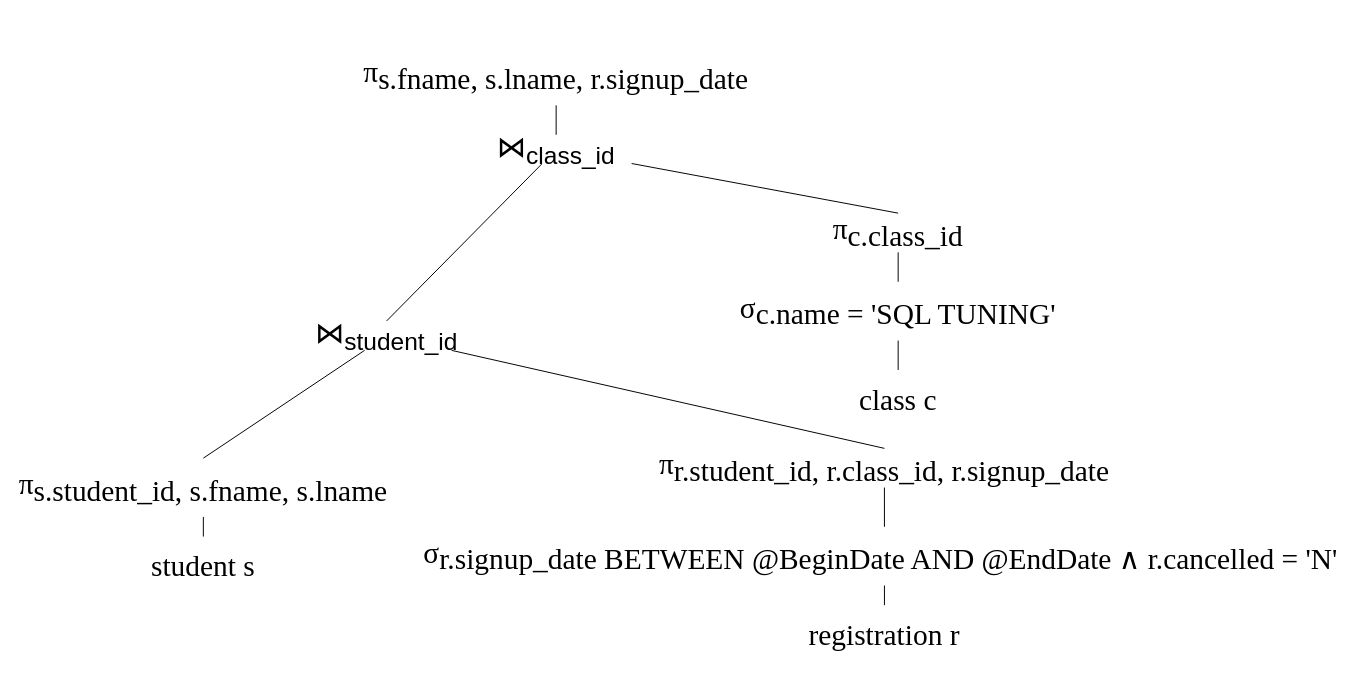
Above: page "TH 1: tuning" (2 of 4) of SQLTurning.drawio in nguyenhuy158/diagrams (draw.io), before the change. Source tidied: cells renumbered, new cells numbered last; positions are measured from the earlier drawing's top-left corner, leaving out a move shared by most shapes. Both pictures are drawn from the tidied source at 98%, with x=0, y=0 at pixel (17, 46).
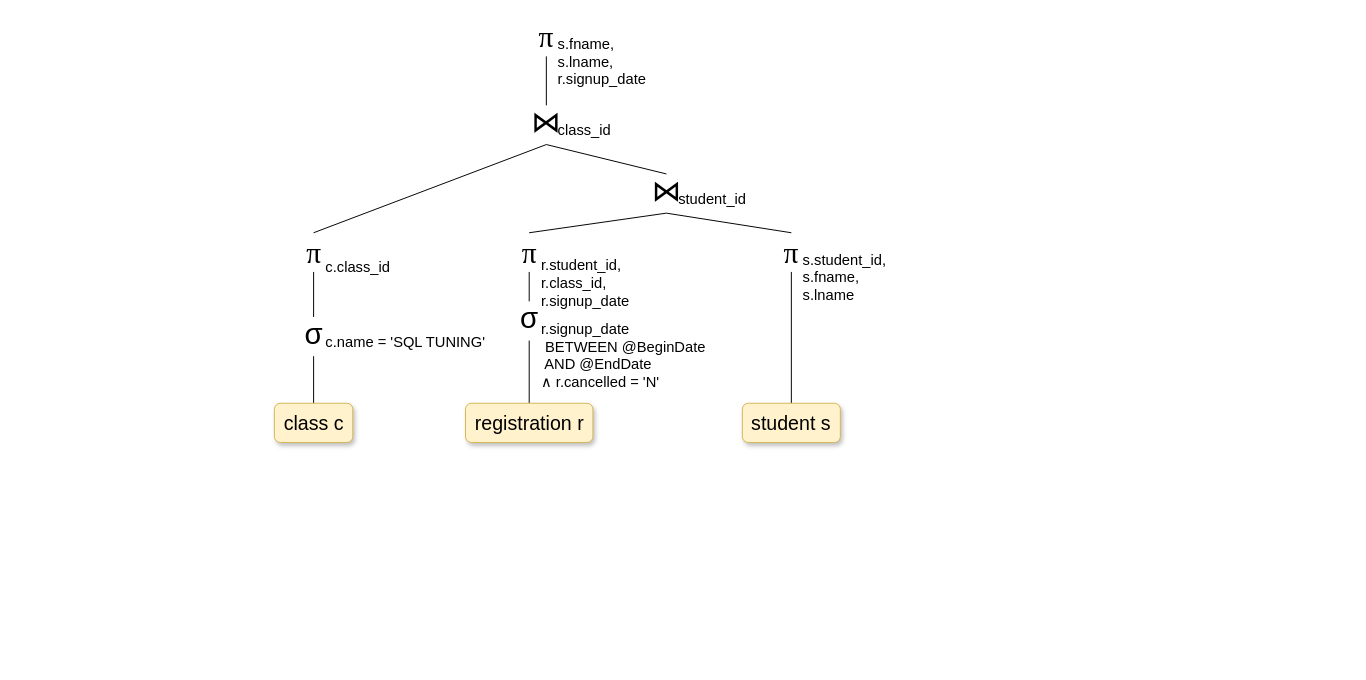
The same diagram, later.

Change to the diagram source:
```diff
@@
-    <mxCell id="2" style="edgeStyle=none;rounded=0;jettySize=auto;html=1;entryX=0.5;entryY=0;entryDx=0;entryDy=0;endArrow=none;endFill=0;fontSize=30;" parent="1" edge="1" source="3" target="15">
+    <mxCell id="2" style="edgeStyle=none;rounded=0;jettySize=auto;html=1;endArrow=none;endFill=0;fontSize=30;exitX=0.5;exitY=1;exitDx=0;exitDy=0;entryX=0.5;entryY=0;entryDx=0;entryDy=0;" parent="1" edge="1" source="27" target="29">
       <mxGeometry relative="1" as="geometry" />
     </mxCell>
-    <mxCell id="3" value="&lt;span id=&quot;docs-internal-guid-24cfe74f-7fff-80c8-4b2b-47ca78d1e50c&quot; style=&quot;font-size: 30px;&quot;&gt;&lt;span style=&quot;font-size: 30px; font-family: &amp;quot;Times New Roman&amp;quot;; background-color: transparent; font-variant-numeric: normal; font-variant-east-asian: normal;&quot;&gt;π&lt;sub style=&quot;font-size: 30px;&quot;&gt;s.fname, s.lname, r.signup_date&lt;/sub&gt;&lt;/span&gt;&lt;/span&gt;" style="text;html=1;strokeColor=none;fillColor=none;align=center;verticalAlign=middle;whiteSpace=wrap;rounded=0;fontSize=30;" parent="1" vertex="1">
-      <mxGeometry x="340" width="420" height="60" as="geometry" />
-    </mxCell>
-    <mxCell id="4" style="group;fontSize=30;" parent="1" vertex="1">
-      <mxGeometry x="649" y="170" width="500" height="220" as="geometry" />
-    </mxCell>
-    <mxCell id="5" value="&lt;span id=&quot;docs-internal-guid-24cfe74f-7fff-80c8-4b2b-47ca78d1e50c&quot; style=&quot;font-size: 30px;&quot;&gt;&lt;span style=&quot;font-size: 30px; font-family: &amp;quot;Times New Roman&amp;quot;; background-color: transparent; font-variant-numeric: normal; font-variant-east-asian: normal;&quot;&gt;π&lt;span style=&quot;font-size: 30px;&quot;&gt;&lt;sub style=&quot;font-size: 30px;&quot;&gt;c.class_id&lt;/sub&gt;&lt;/span&gt;&lt;/span&gt;&lt;/span&gt;" style="text;html=1;strokeColor=none;fillColor=none;align=center;verticalAlign=middle;whiteSpace=wrap;rounded=0;fontSize=30;" parent="4" vertex="1">
-      <mxGeometry x="75" width="350" height="40" as="geometry" />
-    </mxCell>
-    <mxCell id="6" value="&lt;font face=&quot;Times New Roman&quot; style=&quot;font-size: 30px;&quot;&gt;class c&lt;/font&gt;" style="text;html=1;strokeColor=none;fillColor=none;align=center;verticalAlign=middle;whiteSpace=wrap;rounded=0;fontSize=30;" parent="4" vertex="1">
-      <mxGeometry x="135" y="160" width="230" height="60" as="geometry" />
-    </mxCell>
-    <mxCell id="7" value="&lt;font face=&quot;Times New Roman&quot; style=&quot;font-size: 30px;&quot;&gt;σ&lt;span style=&quot;font-size: 30px;&quot;&gt;&lt;sub style=&quot;font-size: 30px;&quot;&gt;c.name = 'SQL TUNING'&lt;/sub&gt;&lt;/span&gt;&lt;/font&gt;" style="text;html=1;strokeColor=none;fillColor=none;align=center;verticalAlign=middle;whiteSpace=wrap;rounded=0;fontSize=30;" parent="4" vertex="1">
-      <mxGeometry y="70" width="500" height="60" as="geometry" />
-    </mxCell>
-    <mxCell id="8" style="edgeStyle=none;rounded=0;jettySize=auto;html=1;entryX=0.5;entryY=0;entryDx=0;entryDy=0;endArrow=none;endFill=0;fontSize=30;" parent="4" edge="1" source="5" target="7">
-      <mxGeometry relative="1" as="geometry" />
-    </mxCell>
-    <mxCell id="9" style="edgeStyle=none;rounded=0;jettySize=auto;html=1;endArrow=none;endFill=0;fontSize=30;" parent="4" edge="1" source="7" target="6">
-      <mxGeometry relative="1" as="geometry" />
-    </mxCell>
-    <mxCell id="10" style="edgeStyle=none;rounded=0;jettySize=auto;html=1;entryX=0.5;entryY=0;entryDx=0;entryDy=0;endArrow=none;endFill=0;fontSize=30;" parent="1" edge="1" source="12" target="17">
+    <mxCell id="10" style="edgeStyle=none;rounded=0;jettySize=auto;html=1;entryX=0.5;entryY=0;entryDx=0;entryDy=0;endArrow=none;endFill=0;fontSize=30;exitX=0.5;exitY=1;exitDx=0;exitDy=0;" parent="1" edge="1" source="31" target="34">
       <mxGeometry relative="1" as="geometry" />
     </mxCell>
-    <mxCell id="11" style="edgeStyle=none;rounded=0;jettySize=auto;html=1;entryX=0.5;entryY=0;entryDx=0;entryDy=0;endArrow=none;endFill=0;fontSize=30;" parent="1" edge="1" source="12" target="21">
+    <mxCell id="11" style="edgeStyle=none;rounded=0;jettySize=auto;html=1;entryX=0.5;entryY=0;entryDx=0;entryDy=0;endArrow=none;endFill=0;fontSize=30;exitX=0.5;exitY=1;exitDx=0;exitDy=0;" parent="1" edge="1" source="31" target="37">
       <mxGeometry relative="1" as="geometry" />
     </mxCell>
-    <mxCell id="12" value="⋈&lt;span style=&quot;font-size: 30px;&quot;&gt;&lt;sub&gt;student_id&lt;/sub&gt;&lt;/span&gt;" style="text;html=1;strokeColor=none;fillColor=none;align=center;verticalAlign=middle;whiteSpace=wrap;rounded=0;fontSize=30;" parent="1" vertex="1">
-      <mxGeometry x="300" y="280" width="154" height="30" as="geometry" />
-    </mxCell>
-    <mxCell id="13" style="edgeStyle=none;rounded=0;jettySize=auto;html=1;entryX=0.5;entryY=0;entryDx=0;entryDy=0;endArrow=none;endFill=0;fontSize=30;" parent="1" edge="1" source="15" target="12">
+    <mxCell id="13" style="edgeStyle=none;rounded=0;jettySize=auto;html=1;entryX=0.5;entryY=0;entryDx=0;entryDy=0;endArrow=none;endFill=0;fontSize=30;exitX=0.5;exitY=1;exitDx=0;exitDy=0;" parent="1" edge="1" source="29" target="31">
       <mxGeometry relative="1" as="geometry" />
     </mxCell>
-    <mxCell id="14" style="edgeStyle=none;rounded=0;jettySize=auto;html=1;entryX=0.5;entryY=0;entryDx=0;entryDy=0;endArrow=none;endFill=0;fontSize=30;" parent="1" edge="1" source="15" target="5">
+    <mxCell id="14" style="edgeStyle=none;rounded=0;jettySize=auto;html=1;entryX=0.5;entryY=0;entryDx=0;entryDy=0;endArrow=none;endFill=0;fontSize=30;exitX=0.5;exitY=1;exitDx=0;exitDy=0;" parent="1" edge="1" source="29" target="43">
       <mxGeometry relative="1" as="geometry" />
     </mxCell>
-    <mxCell id="15" value="⋈&lt;span style=&quot;font-size: 30px;&quot;&gt;&lt;sub&gt;class_id&lt;/sub&gt;&lt;/span&gt;" style="text;html=1;strokeColor=none;fillColor=none;align=center;verticalAlign=middle;whiteSpace=wrap;rounded=0;fontSize=30;" parent="1" vertex="1">
-      <mxGeometry x="473" y="90" width="154" height="30" as="geometry" />
-    </mxCell>
-    <mxCell id="16" style="group;fontSize=30;" parent="1" vertex="1">
-      <mxGeometry y="420" width="380" height="140" as="geometry" />
-    </mxCell>
-    <mxCell id="17" value="&lt;span id=&quot;docs-internal-guid-24cfe74f-7fff-80c8-4b2b-47ca78d1e50c&quot; style=&quot;font-size: 30px;&quot;&gt;&lt;span style=&quot;font-size: 30px; font-family: &amp;quot;Times New Roman&amp;quot;; background-color: transparent; font-variant-numeric: normal; font-variant-east-asian: normal;&quot;&gt;π&lt;span style=&quot;font-size: 30px;&quot;&gt;&lt;sub style=&quot;font-size: 30px;&quot;&gt;s.student_id, s.fname, s.lname&lt;/sub&gt;&lt;/span&gt;&lt;/span&gt;&lt;/span&gt;" style="text;html=1;strokeColor=none;fillColor=none;align=center;verticalAlign=middle;whiteSpace=wrap;rounded=0;fontSize=30;" parent="16" vertex="1">
-      <mxGeometry width="380" height="60" as="geometry" />
-    </mxCell>
+    <mxCell id="27" value="&lt;span id=&quot;docs-internal-guid-24cfe74f-7fff-80c8-4b2b-47ca78d1e50c&quot; style=&quot;font-size: 30px;&quot;&gt;&lt;span style=&quot;font-size: 30px; font-family: &amp;quot;Times New Roman&amp;quot;; background-color: transparent; font-variant-numeric: normal; font-variant-east-asian: normal;&quot;&gt;π&lt;/span&gt;&lt;/span&gt;" style="text;html=1;strokeColor=none;fillColor=none;align=center;verticalAlign=middle;whiteSpace=wrap;rounded=0;fontSize=30;" parent="1" vertex="1">
+      <mxGeometry x="520" y="-30" width="40" height="40" as="geometry" />
+    </mxCell>
+    <mxCell id="28" value="&lt;div style=&quot;&quot;&gt;s.fname,&lt;/div&gt;&lt;div style=&quot;&quot;&gt;s.lname,&lt;/div&gt;&lt;div style=&quot;&quot;&gt;r.signup_date&lt;br&gt;&lt;/div&gt;" style="text;html=1;strokeColor=none;fillColor=none;align=left;verticalAlign=middle;whiteSpace=wrap;rounded=0;fontSize=15;" parent="1" vertex="1">
+      <mxGeometry x="550" y="-20" width="110" height="70" as="geometry" />
+    </mxCell>
+    <mxCell id="29" value="⋈&lt;sub&gt;&lt;br&gt;&lt;/sub&gt;" style="text;html=1;strokeColor=none;fillColor=none;align=center;verticalAlign=middle;whiteSpace=wrap;rounded=0;fontSize=30;" parent="1" vertex="1">
+      <mxGeometry x="520" y="60" width="40" height="40" as="geometry" />
+    </mxCell>
+    <mxCell id="30" value="&lt;div style=&quot;&quot;&gt;class_id&lt;br&gt;&lt;/div&gt;" style="text;html=1;strokeColor=none;fillColor=none;align=left;verticalAlign=middle;whiteSpace=wrap;rounded=0;fontSize=15;" parent="1" vertex="1">
+      <mxGeometry x="550" y="70" width="80" height="30" as="geometry" />
+    </mxCell>
+    <mxCell id="31" value="⋈&lt;sub&gt;&lt;br&gt;&lt;/sub&gt;" style="text;html=1;strokeColor=none;fillColor=none;align=center;verticalAlign=middle;whiteSpace=wrap;rounded=0;fontSize=30;" parent="1" vertex="1">
+      <mxGeometry x="642.5" y="130" width="40" height="40" as="geometry" />
+    </mxCell>
+    <mxCell id="32" value="&lt;div style=&quot;&quot;&gt;student_id&lt;br&gt;&lt;/div&gt;" style="text;html=1;strokeColor=none;fillColor=none;align=left;verticalAlign=middle;whiteSpace=wrap;rounded=0;fontSize=15;" parent="1" vertex="1">
+      <mxGeometry x="672.5" y="140" width="90" height="30" as="geometry" />
+    </mxCell>
+    <mxCell id="33" style="rounded=0;jettySize=auto;html=1;startArrow=none;startFill=0;endArrow=none;endFill=0;" parent="1" edge="1" source="34" target="18">
+      <mxGeometry relative="1" as="geometry" />
+    </mxCell>
+    <mxCell id="34" value="&lt;span id=&quot;docs-internal-guid-24cfe74f-7fff-80c8-4b2b-47ca78d1e50c&quot; style=&quot;font-size: 30px;&quot;&gt;&lt;span style=&quot;font-size: 30px; font-family: &amp;quot;Times New Roman&amp;quot;; background-color: transparent; font-variant-numeric: normal; font-variant-east-asian: normal;&quot;&gt;π&lt;/span&gt;&lt;/span&gt;" style="text;html=1;strokeColor=none;fillColor=none;align=center;verticalAlign=middle;whiteSpace=wrap;rounded=0;fontSize=30;" parent="1" vertex="1">
+      <mxGeometry x="770" y="190" width="40" height="40" as="geometry" />
+    </mxCell>
+    <mxCell id="35" value="&lt;div style=&quot;&quot;&gt;s.student_id,&lt;/div&gt;&lt;div style=&quot;&quot;&gt;s.fname,&lt;/div&gt;&lt;div style=&quot;&quot;&gt;s.lname&lt;br&gt;&lt;/div&gt;" style="text;html=1;strokeColor=none;fillColor=none;align=left;verticalAlign=middle;whiteSpace=wrap;rounded=0;fontSize=15;" parent="1" vertex="1">
+      <mxGeometry x="800" y="200" width="110" height="70" as="geometry" />
+    </mxCell>
-    <mxCell id="18" value="&lt;font face=&quot;Times New Roman&quot; style=&quot;font-size: 30px;&quot;&gt;student s&lt;/font&gt;" style="text;html=1;strokeColor=none;fillColor=none;align=center;verticalAlign=middle;whiteSpace=wrap;rounded=0;fontSize=30;" parent="16" vertex="1">
-      <mxGeometry x="75" y="80" width="230" height="60" as="geometry" />
+    <mxCell id="18" value="student s" style="text;html=1;strokeColor=#d6b656;fillColor=#fff2cc;align=center;verticalAlign=middle;whiteSpace=wrap;rounded=1;fontSize=20;shadow=1;sketch=0;glass=0;" parent="1" vertex="1">
+      <mxGeometry x="740" y="364" width="100" height="40" as="geometry" />
     </mxCell>
-    <mxCell id="19" style="edgeStyle=none;rounded=0;jettySize=auto;html=1;endArrow=none;endFill=0;entryX=0.5;entryY=0;entryDx=0;entryDy=0;fontSize=30;" parent="16" edge="1" source="17" target="18">
-      <mxGeometry relative="1" as="geometry" />
-    </mxCell>
-    <mxCell id="20" style="group;" parent="1" vertex="1">
-      <mxGeometry x="410" y="410" width="950" height="220" as="geometry" />
-    </mxCell>
-    <mxCell id="21" value="&lt;span id=&quot;docs-internal-guid-24cfe74f-7fff-80c8-4b2b-47ca78d1e50c&quot; style=&quot;font-size: 30px;&quot;&gt;&lt;span style=&quot;font-size: 30px; font-family: &amp;quot;Times New Roman&amp;quot;; background-color: transparent; font-variant-numeric: normal; font-variant-east-asian: normal;&quot;&gt;π&lt;span style=&quot;font-size: 30px;&quot;&gt;&lt;sub style=&quot;font-size: 30px;&quot;&gt;r.student_id, r.class_id, r.signup_date&lt;/sub&gt;&lt;/span&gt;&lt;/span&gt;&lt;/span&gt;" style="text;html=1;strokeColor=none;fillColor=none;align=center;verticalAlign=middle;whiteSpace=wrap;rounded=0;fontSize=30;" parent="20" vertex="1">
-      <mxGeometry x="231.2" width="487.5" height="40" as="geometry" />
-    </mxCell>
+    <mxCell id="36" style="edgeStyle=none;rounded=0;jettySize=auto;html=1;entryX=0.5;entryY=0;entryDx=0;entryDy=0;startArrow=none;startFill=0;endArrow=none;endFill=0;" parent="1" edge="1" source="37" target="40">
+      <mxGeometry relative="1" as="geometry" />
+    </mxCell>
+    <mxCell id="37" value="&lt;span id=&quot;docs-internal-guid-24cfe74f-7fff-80c8-4b2b-47ca78d1e50c&quot; style=&quot;font-size: 30px;&quot;&gt;&lt;span style=&quot;font-size: 30px; font-family: &amp;quot;Times New Roman&amp;quot;; background-color: transparent; font-variant-numeric: normal; font-variant-east-asian: normal;&quot;&gt;π&lt;/span&gt;&lt;/span&gt;" style="text;html=1;strokeColor=none;fillColor=none;align=center;verticalAlign=middle;whiteSpace=wrap;rounded=0;fontSize=30;" parent="1" vertex="1">
+      <mxGeometry x="502.5" y="190" width="40" height="40" as="geometry" />
+    </mxCell>
+    <mxCell id="38" value="&lt;div style=&quot;&quot;&gt;r.student_id,&lt;/div&gt;&lt;div style=&quot;&quot;&gt;r.class_id,&lt;/div&gt;&lt;div style=&quot;&quot;&gt;r.signup_date&lt;br&gt;&lt;/div&gt;" style="text;html=1;strokeColor=none;fillColor=none;align=left;verticalAlign=middle;whiteSpace=wrap;rounded=0;fontSize=15;" parent="1" vertex="1">
+      <mxGeometry x="532.5" y="206" width="110" height="70" as="geometry" />
+    </mxCell>
+    <mxCell id="26" style="edgeStyle=none;rounded=0;orthogonalLoop=1;jettySize=auto;html=1;exitX=0.75;exitY=1;exitDx=0;exitDy=0;fontSize=30;endArrow=none;endFill=0;" parent="1" edge="1">
+      <mxGeometry relative="1" as="geometry">
+        <mxPoint x="356.9" y="382" as="sourcePoint" />
+        <mxPoint x="356.9" y="382" as="targetPoint" />
+      </mxGeometry>
+    </mxCell>
+    <mxCell id="39" style="edgeStyle=none;rounded=0;jettySize=auto;html=1;entryX=0.5;entryY=0;entryDx=0;entryDy=0;startArrow=none;startFill=0;endArrow=none;endFill=0;" parent="1" edge="1" source="40" target="22">
+      <mxGeometry relative="1" as="geometry" />
+    </mxCell>
+    <mxCell id="40" value="σ&lt;sub&gt;&lt;br&gt;&lt;/sub&gt;" style="text;html=1;strokeColor=none;fillColor=none;align=center;verticalAlign=middle;whiteSpace=wrap;rounded=0;fontSize=30;" parent="1" vertex="1">
+      <mxGeometry x="502.5" y="260" width="40" height="40" as="geometry" />
+    </mxCell>
+    <mxCell id="41" value="&lt;div style=&quot;&quot;&gt;&lt;div style=&quot;&quot;&gt;&lt;span style=&quot;background-color: initial;&quot;&gt;r.signup_date&amp;nbsp;&lt;/span&gt;&lt;/div&gt;&lt;div style=&quot;&quot;&gt;&lt;span style=&quot;background-color: initial;&quot;&gt;&lt;span style=&quot;white-space: pre;&quot;&gt; &lt;/span&gt;BETWEEN @BeginDate&amp;nbsp;&lt;/span&gt;&lt;/div&gt;&lt;div style=&quot;&quot;&gt;&lt;span style=&quot;background-color: initial;&quot;&gt;&lt;span style=&quot;white-space: pre;&quot;&gt; &lt;/span&gt;AND @EndDate&amp;nbsp;&lt;/span&gt;&lt;br&gt;&lt;/div&gt;&lt;div style=&quot;&quot;&gt;∧ r.cancelled = 'N'&lt;/div&gt;&lt;/div&gt;" style="text;html=1;strokeColor=none;fillColor=none;align=left;verticalAlign=middle;whiteSpace=wrap;rounded=0;fontSize=15;" parent="1" vertex="1">
+      <mxGeometry x="532.5" y="270" width="220" height="90" as="geometry" />
+    </mxCell>
-    <mxCell id="22" value="&lt;font face=&quot;Times New Roman&quot; style=&quot;font-size: 30px;&quot;&gt;registration r&lt;/font&gt;" style="text;html=1;strokeColor=none;fillColor=none;align=center;verticalAlign=middle;whiteSpace=wrap;rounded=0;fontSize=30;" parent="20" vertex="1">
-      <mxGeometry x="360" y="160" width="230" height="60" as="geometry" />
+    <mxCell id="22" value="registration r" style="text;html=1;strokeColor=#d6b656;fillColor=#fff2cc;align=center;verticalAlign=middle;whiteSpace=wrap;rounded=1;fontSize=20;shadow=1;sketch=0;glass=0;" parent="1" vertex="1">
+      <mxGeometry x="457.5" y="364" width="130" height="40" as="geometry" />
     </mxCell>
-    <mxCell id="23" value="&lt;font face=&quot;Times New Roman&quot; style=&quot;font-size: 30px;&quot;&gt;σ&lt;sub style=&quot;font-size: 30px;&quot;&gt;r.signup_date BETWEEN @BeginDate AND @EndDate&amp;nbsp;&lt;span style=&quot;font-size: 30px;&quot;&gt;∧ r.cancelled = 'N'&lt;/span&gt;&amp;nbsp;&lt;br style=&quot;font-size: 30px;&quot;&gt;&lt;/sub&gt;&lt;/font&gt;" style="text;html=1;strokeColor=none;fillColor=none;align=center;verticalAlign=middle;whiteSpace=wrap;rounded=0;fontSize=30;" parent="20" vertex="1">
-      <mxGeometry y="80" width="950" height="60" as="geometry" />
-    </mxCell>
-    <mxCell id="24" style="edgeStyle=none;rounded=0;jettySize=auto;html=1;entryX=0.5;entryY=0;entryDx=0;entryDy=0;endArrow=none;endFill=0;fontSize=30;" parent="20" edge="1" source="21" target="23">
-      <mxGeometry relative="1" as="geometry" />
-    </mxCell>
-    <mxCell id="25" style="edgeStyle=none;rounded=0;jettySize=auto;html=1;endArrow=none;endFill=0;fontSize=30;" parent="20" edge="1" source="23" target="22">
-      <mxGeometry relative="1" as="geometry" />
-    </mxCell>
-    <mxCell id="26" style="edgeStyle=none;rounded=0;orthogonalLoop=1;jettySize=auto;html=1;exitX=0.75;exitY=1;exitDx=0;exitDy=0;fontSize=30;endArrow=none;endFill=0;" parent="20" edge="1" source="21" target="21">
-      <mxGeometry relative="1" as="geometry" />
-    </mxCell>
+    <mxCell id="42" style="edgeStyle=none;rounded=0;jettySize=auto;html=1;entryX=0.5;entryY=0;entryDx=0;entryDy=0;startArrow=none;startFill=0;endArrow=none;endFill=0;" parent="1" edge="1" source="43" target="46">
+      <mxGeometry relative="1" as="geometry" />
+    </mxCell>
+    <mxCell id="43" value="&lt;span id=&quot;docs-internal-guid-24cfe74f-7fff-80c8-4b2b-47ca78d1e50c&quot; style=&quot;font-size: 30px;&quot;&gt;&lt;span style=&quot;font-size: 30px; font-family: &amp;quot;Times New Roman&amp;quot;; background-color: transparent; font-variant-numeric: normal; font-variant-east-asian: normal;&quot;&gt;π&lt;/span&gt;&lt;/span&gt;" style="text;html=1;strokeColor=none;fillColor=none;align=center;verticalAlign=middle;whiteSpace=wrap;rounded=0;fontSize=30;" parent="1" vertex="1">
+      <mxGeometry x="282.5" y="190" width="40" height="40" as="geometry" />
+    </mxCell>
+    <mxCell id="44" value="&lt;div style=&quot;&quot;&gt;c.class_id&lt;br&gt;&lt;/div&gt;" style="text;html=1;strokeColor=none;fillColor=none;align=left;verticalAlign=middle;whiteSpace=wrap;rounded=0;fontSize=15;" parent="1" vertex="1">
+      <mxGeometry x="312.5" y="210" width="90" height="30" as="geometry" />
+    </mxCell>
+    <mxCell id="45" style="edgeStyle=none;rounded=0;jettySize=auto;html=1;entryX=0.5;entryY=0;entryDx=0;entryDy=0;startArrow=none;startFill=0;endArrow=none;endFill=0;" parent="1" edge="1" source="46" target="6">
+      <mxGeometry relative="1" as="geometry" />
+    </mxCell>
+    <mxCell id="46" value="σ&lt;sub&gt;&lt;br&gt;&lt;/sub&gt;" style="text;html=1;strokeColor=none;fillColor=none;align=center;verticalAlign=middle;whiteSpace=wrap;rounded=0;fontSize=30;" parent="1" vertex="1">
+      <mxGeometry x="282.5" y="276" width="40" height="40" as="geometry" />
+    </mxCell>
+    <mxCell id="47" value="&lt;div style=&quot;&quot;&gt;&lt;div style=&quot;&quot;&gt;c.name = 'SQL TUNING'&lt;/div&gt;&lt;/div&gt;" style="text;html=1;strokeColor=none;fillColor=none;align=left;verticalAlign=middle;whiteSpace=wrap;rounded=0;fontSize=15;" parent="1" vertex="1">
+      <mxGeometry x="312.5" y="286" width="190" height="30" as="geometry" />
+    </mxCell>
+    <mxCell id="6" value="class c" style="text;html=1;strokeColor=#d6b656;fillColor=#fff2cc;align=center;verticalAlign=middle;whiteSpace=wrap;rounded=1;fontSize=20;shadow=1;sketch=0;glass=0;" parent="1" vertex="1">
+      <mxGeometry x="262.5" y="364" width="80" height="40" as="geometry" />
+    </mxCell>
```
